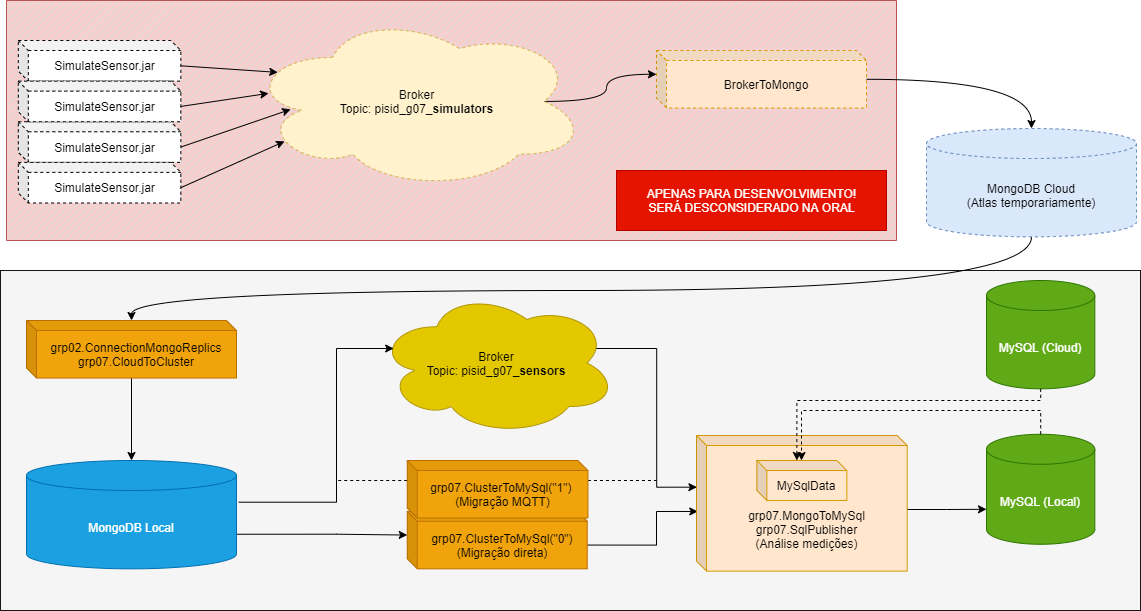
Earlier version of the draw.io export java-app/app-scheme.png (gui-ant/psid). Source tidied: cells renumbered, new cells last; positions are measured from the earlier drawing's top-left corner, leaving out a move shared by most shapes.
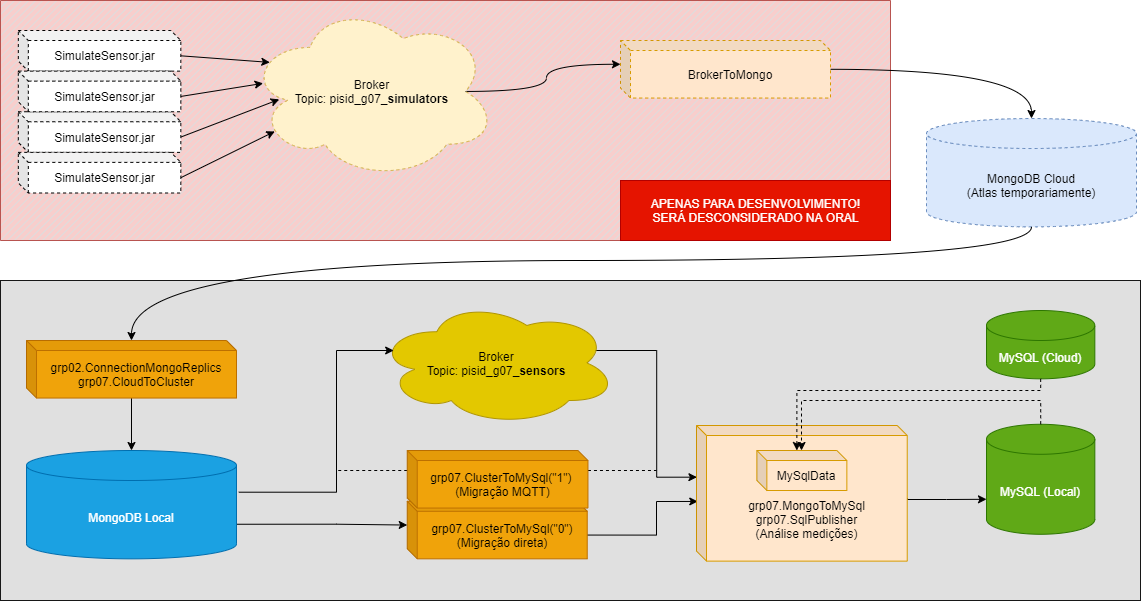
The same file after the commit.

Diff of the diagram source:
```diff
@@ -3,21 +3,21 @@
     <mxCell id="0" />
     <mxCell id="1" parent="0" />
     <mxCell id="2" style="verticalLabelPosition=bottom;verticalAlign=top;html=1;shape=mxgraph.basic.patternFillRect;fillStyle=diag;step=5;fillStrokeWidth=0.2;fillStrokeColor=#dddddd;strokeColor=#b85450;fillColor=#f8cecc;" parent="1" vertex="1">
-      <mxGeometry x="6" width="890" height="240" as="geometry" />
+      <mxGeometry y="10" width="890" height="240" as="geometry" />
     </mxCell>
-    <mxCell id="3" style="rounded=0;whiteSpace=wrap;html=1;fontColor=#333333;fillColor=#f5f5f5;strokeColor=#171717;" parent="1" vertex="1">
-      <mxGeometry y="270" width="1140" height="340" as="geometry" />
+    <mxCell id="3" style="rounded=0;whiteSpace=wrap;html=1;fontColor=#333333;strokeColor=#171717;fillColor=#E0E0E0;" parent="1" vertex="1">
+      <mxGeometry y="290" width="1140" height="320" as="geometry" />
     </mxCell>
     <mxCell id="4" style="edgeStyle=orthogonalEdgeStyle;rounded=0;jettySize=auto;html=1;exitDx=0;exitDy=0;exitPerimeter=0;entryDx=0;entryDy=23.776435185185186;entryPerimeter=0;curved=1;exitX=0.875;exitY=0.5;entryX=0;entryY=0;" parent="1" edge="1" source="5" target="31">
       <mxGeometry relative="1" as="geometry">
         <Array as="points">
-          <mxPoint x="606" y="101" />
-          <mxPoint x="606" y="74" />
+          <mxPoint x="546" y="101" />
+          <mxPoint x="546" y="74" />
         </Array>
       </mxGeometry>
     </mxCell>
     <mxCell id="5" value="Broker&lt;br&gt;Topic: pisid_g07_&lt;b&gt;simulators&lt;/b&gt;" style="ellipse;shape=cloud;whiteSpace=wrap;html=1;dashed=1;fillColor=#fff2cc;strokeColor=#d6b656;" parent="1" vertex="1">
-      <mxGeometry x="247.5" y="12.9" width="338.5" height="176" as="geometry" />
+      <mxGeometry x="247.5" y="12.9" width="248.5" height="176" as="geometry" />
     </mxCell>
     <mxCell id="6" value="SimulateSensor.jar" style="shape=cube;whiteSpace=wrap;html=1;boundedLbl=1;backgroundOutline=1;darkOpacity=0.05;darkOpacity2=0.1;dashed=1;size=10;" parent="1" vertex="1">
       <mxGeometry x="17.8" y="40" width="162.5" height="40.6" as="geometry" />
@@ -58,7 +58,7 @@
       <mxGeometry relative="1" as="geometry" />
     </mxCell>
     <mxCell id="17" value="Broker&lt;br&gt;Topic: pisid_g07_&lt;b&gt;sensors&lt;/b&gt;" style="ellipse;shape=cloud;whiteSpace=wrap;html=1;fillColor=#e3c800;strokeColor=#B09500;fontColor=#000000;" parent="1" vertex="1">
-      <mxGeometry x="376.4" y="290" width="240" height="145" as="geometry" />
+      <mxGeometry x="376.4" y="310" width="240" height="125" as="geometry" />
     </mxCell>
     <mxCell id="18" style="edgeStyle=orthogonalEdgeStyle;rounded=0;jettySize=auto;html=1;dashed=1;endArrow=none;endFill=0;" parent="1" edge="1" source="20">
       <mxGeometry relative="1" as="geometry">
@@ -91,12 +91,12 @@
       <mxGeometry relative="1" as="geometry">
         <Array as="points">
           <mxPoint x="336" y="502" />
-          <mxPoint x="336" y="348" />
+          <mxPoint x="336" y="360" />
         </Array>
       </mxGeometry>
     </mxCell>
     <mxCell id="23" value="MySQL (Cloud)" style="shape=cylinder3;whiteSpace=wrap;html=1;boundedLbl=1;backgroundOutline=1;size=15;fillColor=#60a917;strokeColor=#2D7600;fontColor=#ffffff;" parent="1" vertex="1">
-      <mxGeometry x="986" y="280" width="108.3" height="108.3" as="geometry" />
+      <mxGeometry x="986" y="320" width="108.3" height="68.3" as="geometry" />
     </mxCell>
     <mxCell id="24" value="MySQL (Local)" style="shape=cylinder3;whiteSpace=wrap;html=1;boundedLbl=1;backgroundOutline=1;size=15;fillColor=#60a917;strokeColor=#2D7600;fontColor=#ffffff;" parent="1" vertex="1">
       <mxGeometry x="986" y="433.8" width="108.3" height="110" as="geometry" />
@@ -135,7 +135,7 @@
       <mxGeometry relative="1" as="geometry" />
     </mxCell>
     <mxCell id="31" value="BrokerToMongo" style="shape=cube;whiteSpace=wrap;html=1;boundedLbl=1;backgroundOutline=1;darkOpacity=0.05;darkOpacity2=0.1;size=10;fillColor=#ffe6cc;strokeColor=#d79b00;dashed=1;" parent="1" vertex="1">
-      <mxGeometry x="656" y="50" width="210" height="57.6" as="geometry" />
+      <mxGeometry x="620" y="50" width="210" height="57.6" as="geometry" />
     </mxCell>
     <mxCell id="32" value="MongoDB Cloud&lt;br&gt;(Atlas temporariamente)" style="shape=cylinder3;whiteSpace=wrap;html=1;boundedLbl=1;backgroundOutline=1;size=15;fillColor=#dae8fc;strokeColor=#6c8ebf;dashed=1;" parent="1" vertex="1">
       <mxGeometry x="926" y="128" width="210" height="108.3" as="geometry" />
@@ -147,18 +147,18 @@
       <mxGeometry x="40" y="370" as="geometry" />
     </mxCell>
     <mxCell id="35" value="grp02.ConnectionMongoReplics&lt;br&gt;grp07.CloudToCluster" style="shape=cube;whiteSpace=wrap;html=1;boundedLbl=1;backgroundOutline=1;darkOpacity=0.05;darkOpacity2=0.1;size=10;fillColor=#f0a30a;strokeColor=#BD7000;fontColor=#000000;" parent="1" vertex="1">
-      <mxGeometry x="26" y="320" width="210" height="57.6" as="geometry" />
+      <mxGeometry x="26" y="350" width="210" height="57.6" as="geometry" />
     </mxCell>
     <mxCell id="36" style="edgeStyle=orthogonalEdgeStyle;curved=1;rounded=0;jettySize=auto;html=1;exitX=0.5;exitY=1;exitDx=0;exitDy=0;exitPerimeter=0;" parent="1" edge="1" source="32" target="35">
       <mxGeometry as="geometry">
         <Array as="points">
-          <mxPoint x="1031" y="290" />
-          <mxPoint x="131" y="290" />
+          <mxPoint x="1031" y="270" />
+          <mxPoint x="131" y="270" />
         </Array>
       </mxGeometry>
     </mxCell>
     <mxCell id="37" value="APENAS PARA DESENVOLVIMENTO!&lt;br&gt;SERÁ DESCONSIDERADO NA ORAL" style="verticalLabelPosition=middle;verticalAlign=middle;html=1;shape=mxgraph.basic.rect;fillColor2=none;strokeWidth=1;size=30;indent=100;fillColor=#e51400;labelPosition=center;align=center;strokeColor=#B20000;fontColor=#ffffff;" parent="1" vertex="1">
-      <mxGeometry x="616" y="170" width="270" height="60" as="geometry" />
+      <mxGeometry x="620" y="190" width="270" height="60" as="geometry" />
     </mxCell>
   </root>
 </mxGraphModel>
```
